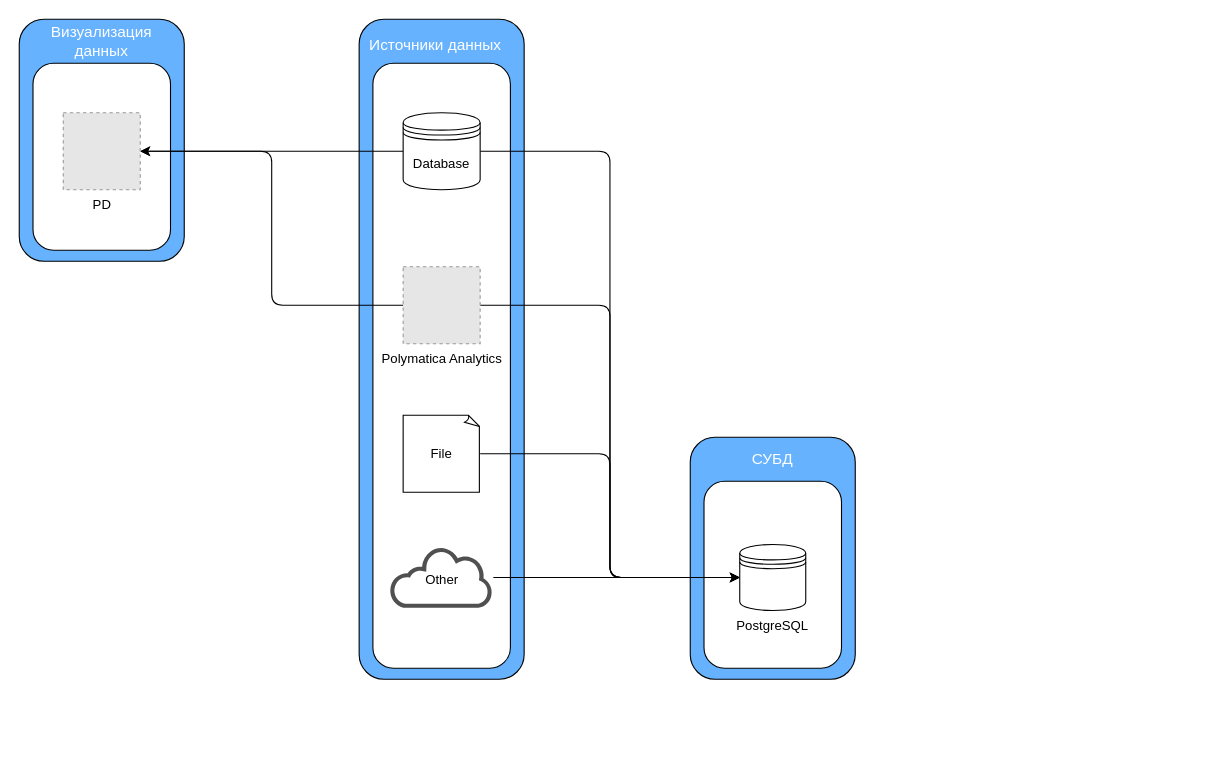
Above: page "PD_v2" (6 of 9) of YDB-PD_v3.drawio in FYamaev/draw.io (draw.io), before the change. Source tidied: cells renumbered, new cells numbered last; positions are measured from the earlier drawing's top-left corner, leaving out a move shared by most shapes. Both pictures are drawn from the tidied source at 110%, with x=0, y=0 at pixel (19, 19). Pictures stored in the file or linked from it are replaced by grey dashed boxes.
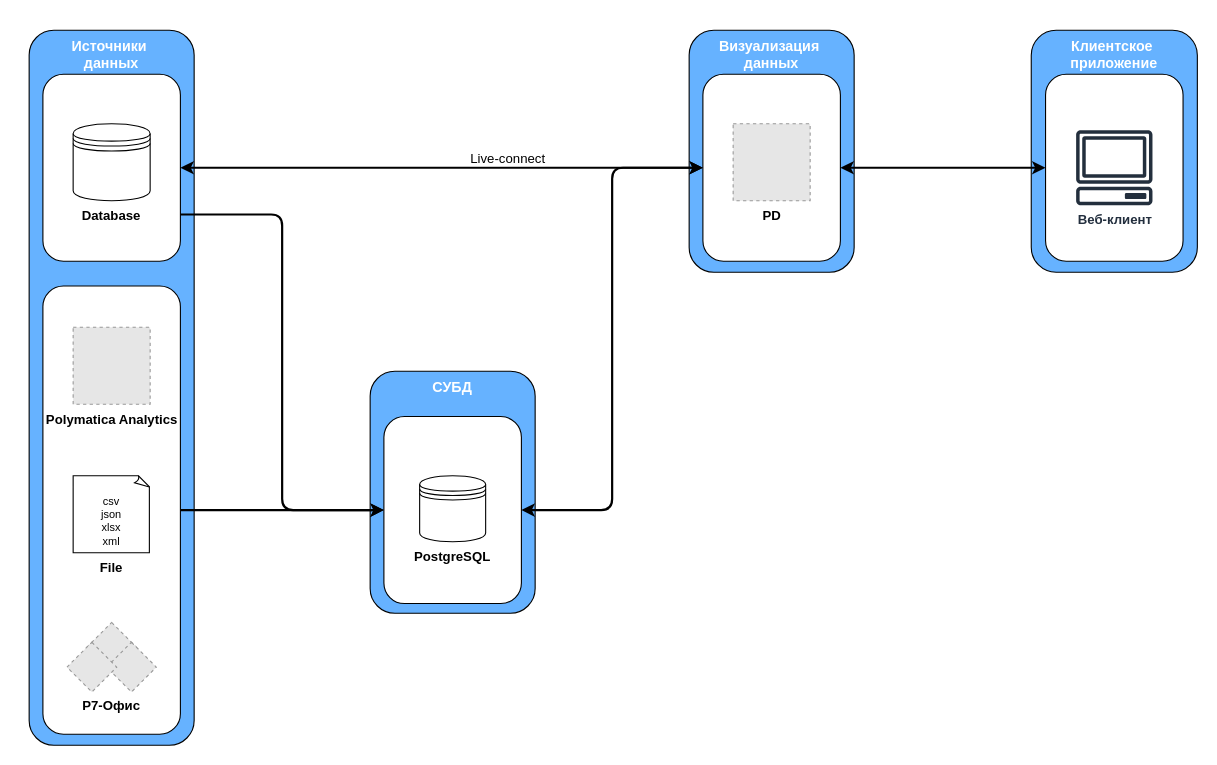
The same page after the edit.

Diff of the diagram source:
```diff
@@
-    <mxCell id="2" style="rounded=1;whiteSpace=wrap;html=1;fillColor=#66B2FF;rotation=0;" parent="1" vertex="1">
-      <mxGeometry x="610" y="380" width="150" height="220" as="geometry" />
+    <mxCell id="2" value="&lt;span style=&quot;color: rgb(255, 255, 255);&quot;&gt;СУБД&lt;/span&gt;" style="rounded=1;whiteSpace=wrap;html=1;fillColor=#66B2FF;rotation=0;verticalAlign=top;fontSize=13;fontStyle=1;" parent="1" vertex="1">
+      <mxGeometry x="319" y="320" width="150" height="220" as="geometry" />
     </mxCell>
     <mxCell id="3" style="rounded=1;whiteSpace=wrap;html=1;rotation=0;" parent="1" vertex="1">
-      <mxGeometry x="622.5" y="420" width="125" height="170" as="geometry" />
+      <mxGeometry x="331.5" y="361.2" width="125" height="170" as="geometry" />
     </mxCell>
-    <mxCell id="4" style="rounded=1;whiteSpace=wrap;html=1;fillColor=#66B2FF;" parent="1" vertex="1">
-      <mxGeometry x="309" width="150" height="600" as="geometry" />
+    <mxCell id="4" value="&lt;span style=&quot;color: rgb(255, 255, 255); font-weight: 700; text-wrap-mode: nowrap;&quot;&gt;Источники&amp;nbsp;&lt;/span&gt;&lt;div&gt;&lt;span style=&quot;color: rgb(255, 255, 255); font-weight: 700; text-wrap-mode: nowrap;&quot;&gt;данных&lt;/span&gt;&lt;/div&gt;" style="rounded=1;whiteSpace=wrap;html=1;fillColor=#66B2FF;verticalAlign=top;fontSize=13;" parent="1" vertex="1">
+      <mxGeometry x="9" y="10" width="150" height="650" as="geometry" />
     </mxCell>
+    <mxCell id="23" style="edgeStyle=orthogonalEdgeStyle;rounded=1;jettySize=auto;html=1;exitX=1;exitY=0.5;exitDx=0;exitDy=0;entryX=0;entryY=0.5;entryDx=0;entryDy=0;curved=0;strokeWidth=2;" parent="1" edge="1" source="24" target="3">
+      <mxGeometry relative="1" as="geometry" />
+    </mxCell>
+    <mxCell id="24" style="rounded=1;whiteSpace=wrap;html=1;rotation=0;" parent="1" vertex="1">
+      <mxGeometry x="21.5" y="242.5" width="125" height="407.5" as="geometry" />
+    </mxCell>
     <mxCell id="5" style="rounded=1;whiteSpace=wrap;html=1;rotation=0;" parent="1" vertex="1">
-      <mxGeometry x="321.5" y="40" width="125" height="550" as="geometry" />
+      <mxGeometry x="21.5" y="50" width="125" height="170" as="geometry" />
     </mxCell>
-    <mxCell id="6" style="rounded=1;whiteSpace=wrap;html=1;fillColor=#66B2FF;" parent="1" vertex="1">
-      <mxGeometry width="150" height="220" as="geometry" />
+    <mxCell id="6" value="&lt;span style=&quot;color: rgb(255, 255, 255);&quot;&gt;Визуализация&amp;nbsp;&lt;/span&gt;&lt;div&gt;&lt;span style=&quot;color: rgb(255, 255, 255);&quot;&gt;данных&lt;/span&gt;&lt;/div&gt;" style="rounded=1;whiteSpace=wrap;html=1;fillColor=#66B2FF;verticalAlign=top;fontStyle=1;fontSize=13;" parent="1" vertex="1">
+      <mxGeometry x="609" y="10" width="150" height="220" as="geometry" />
     </mxCell>
     <mxCell id="7" style="rounded=1;whiteSpace=wrap;html=1;" parent="1" vertex="1">
-      <mxGeometry x="12.5" y="40" width="125" height="170" as="geometry" />
+      <mxGeometry x="621.5" y="50" width="125" height="170" as="geometry" />
     </mxCell>
-    <mxCell id="8" style="edgeStyle=orthogonalEdgeStyle;rounded=1;jettySize=auto;html=1;exitX=0;exitY=0.5;exitDx=0;exitDy=0;entryX=1;entryY=0.5;entryDx=0;entryDy=0;curved=0;" parent="1" edge="1" source="10" target="20">
-      <mxGeometry relative="1" as="geometry" />
-    </mxCell>
-    <mxCell id="9" style="edgeStyle=orthogonalEdgeStyle;rounded=1;jettySize=auto;html=1;exitX=1;exitY=0.5;exitDx=0;exitDy=0;entryX=0;entryY=0.5;entryDx=0;entryDy=0;curved=0;" parent="1" edge="1" source="10" target="21">
+    <mxCell id="9" style="edgeStyle=orthogonalEdgeStyle;rounded=1;jettySize=auto;html=1;entryX=0;entryY=0.5;entryDx=0;entryDy=0;curved=0;exitX=1;exitY=0.75;exitDx=0;exitDy=0;strokeWidth=2;" parent="1" edge="1" source="5" target="3">
       <mxGeometry relative="1" as="geometry" />
     </mxCell>
-    <mxCell id="10" value="Database" style="shape=datastore;whiteSpace=wrap;html=1;" parent="1" vertex="1">
-      <mxGeometry x="349" y="85" width="70" height="70" as="geometry" />
+    <mxCell id="10" value="Database" style="shape=datastore;whiteSpace=wrap;html=1;labelPosition=center;verticalLabelPosition=bottom;align=center;verticalAlign=top;fontStyle=1;" parent="1" vertex="1">
+      <mxGeometry x="49" y="95" width="70" height="70" as="geometry" />
     </mxCell>
-    <mxCell id="11" value="&lt;font color=&quot;#ffffff&quot; style=&quot;font-size: 14px; font-weight: normal;&quot;&gt;Источники данных&lt;/font&gt;" style="text;strokeColor=none;fillColor=none;html=1;fontSize=24;fontStyle=1;verticalAlign=middle;align=center;" parent="1" vertex="1">
-      <mxGeometry x="312.8" y="5" width="130" height="30" as="geometry" />
-    </mxCell>
-    <mxCell id="12" value="&lt;font color=&quot;#ffffff&quot;&gt;&lt;span style=&quot;font-size: 14px;&quot;&gt;Визуализация данных&lt;/span&gt;&lt;/font&gt;" style="text;html=1;align=center;verticalAlign=middle;whiteSpace=wrap;rounded=0;" parent="1" vertex="1">
-      <mxGeometry x="30" y="5" width="90" height="30" as="geometry" />
-    </mxCell>
-    <mxCell id="13" style="edgeStyle=orthogonalEdgeStyle;rounded=1;jettySize=auto;html=1;exitX=1;exitY=0.5;exitDx=0;exitDy=0;entryX=0;entryY=0.5;entryDx=0;entryDy=0;curved=0;strokeColor=default;align=center;verticalAlign=middle;fontFamily=Helvetica;fontSize=11;fontColor=default;labelBackgroundColor=default;endArrow=classic;exitPerimeter=0;" parent="1" edge="1" source="17" target="21">
-      <mxGeometry relative="1" as="geometry" />
-    </mxCell>
-    <mxCell id="14" style="edgeStyle=orthogonalEdgeStyle;rounded=1;jettySize=auto;html=1;exitX=0;exitY=0.5;exitDx=0;exitDy=0;entryX=1;entryY=0.5;entryDx=0;entryDy=0;curved=0;" parent="1" edge="1" source="16" target="20">
-      <mxGeometry relative="1" as="geometry" />
-    </mxCell>
-    <mxCell id="15" style="edgeStyle=orthogonalEdgeStyle;rounded=1;jettySize=auto;html=1;exitX=1;exitY=0.5;exitDx=0;exitDy=0;entryX=0;entryY=0.5;entryDx=0;entryDy=0;curved=0;" parent="1" edge="1" source="16" target="21">
-      <mxGeometry relative="1" as="geometry" />
-    </mxCell>
-    <mxCell id="16" value="Polymatica Analytics" style="fillColor=#E6E6E6;strokeColor=#999999;dashed=1;html=1;verticalAlign=top;verticalLabelPosition=bottom;labelBackgroundColor=#ffffff;" parent="1" vertex="1">
-      <mxGeometry x="349" y="225" width="70" height="70" as="geometry" />
+    <mxCell id="16" value="Polymatica Analytics" style="fillColor=#E6E6E6;strokeColor=#999999;dashed=1;html=1;verticalAlign=top;verticalLabelPosition=bottom;labelBackgroundColor=#ffffff;fontStyle=1;" parent="1" vertex="1">
+      <mxGeometry x="49" y="280" width="70" height="70" as="geometry" />
     </mxCell>
-    <mxCell id="17" value="File" style="whiteSpace=wrap;html=1;shape=mxgraph.basic.document;" parent="1" vertex="1">
-      <mxGeometry x="349" y="360" width="70" height="70" as="geometry" />
+    <mxCell id="17" value="File" style="whiteSpace=wrap;html=1;shape=mxgraph.basic.document;labelPosition=center;verticalLabelPosition=bottom;align=center;verticalAlign=top;fontStyle=1;" parent="1" vertex="1">
+      <mxGeometry x="49" y="415" width="70" height="70" as="geometry" />
     </mxCell>
-    <mxCell id="18" style="edgeStyle=orthogonalEdgeStyle;rounded=1;jettySize=auto;html=1;entryX=0;entryY=0.5;entryDx=0;entryDy=0;curved=0;" parent="1" edge="1" source="19" target="21">
-      <mxGeometry relative="1" as="geometry" />
-    </mxCell>
-    <mxCell id="19" value="Other" style="sketch=0;shadow=0;dashed=0;html=1;strokeColor=none;fillColor=#505050;labelPosition=center;verticalLabelPosition=middle;outlineConnect=0;verticalAlign=middle;align=center;shape=mxgraph.office.clouds.cloud;spacingTop=5;" parent="1" vertex="1">
-      <mxGeometry x="337" y="480" width="94" height="55" as="geometry" />
-    </mxCell>
-    <mxCell id="20" value="PD" style="fillColor=#E6E6E6;strokeColor=#999999;dashed=1;html=1;verticalAlign=top;verticalLabelPosition=bottom;labelBackgroundColor=#ffffff;" parent="1" vertex="1">
-      <mxGeometry x="40" y="85" width="70" height="70" as="geometry" />
+    <mxCell id="20" value="PD" style="fillColor=#E6E6E6;strokeColor=#999999;dashed=1;html=1;verticalAlign=top;verticalLabelPosition=bottom;labelBackgroundColor=#ffffff;fontStyle=1;" parent="1" vertex="1">
+      <mxGeometry x="649" y="95" width="70" height="70" as="geometry" />
     </mxCell>
-    <mxCell id="21" value="PostgreSQL" style="shape=datastore;whiteSpace=wrap;html=1;labelPosition=center;verticalLabelPosition=bottom;align=center;verticalAlign=top;" parent="1" vertex="1">
-      <mxGeometry x="655" y="477.5" width="60" height="60" as="geometry" />
+    <mxCell id="21" value="PostgreSQL" style="shape=datastore;whiteSpace=wrap;html=1;labelPosition=center;verticalLabelPosition=bottom;align=center;verticalAlign=top;fontStyle=1;" parent="1" vertex="1">
+      <mxGeometry x="364" y="415" width="60" height="60" as="geometry" />
     </mxCell>
-    <mxCell id="22" value="&lt;font color=&quot;#ffffff&quot;&gt;&lt;span style=&quot;font-size: 14px;&quot;&gt;СУБД&lt;/span&gt;&lt;/font&gt;" style="text;html=1;align=center;verticalAlign=middle;whiteSpace=wrap;rounded=0;" parent="1" vertex="1">
-      <mxGeometry x="640" y="385" width="90" height="30" as="geometry" />
-    </mxCell>
+    <mxCell id="25" style="edgeStyle=orthogonalEdgeStyle;rounded=1;jettySize=auto;html=1;exitX=1;exitY=0.5;exitDx=0;exitDy=0;entryX=0;entryY=0.5;entryDx=0;entryDy=0;curved=0;strokeWidth=2;startArrow=classic;startFill=1;" parent="1" edge="1" source="5" target="7">
+      <mxGeometry relative="1" as="geometry" />
+    </mxCell>
+    <mxCell id="26" value="Live-connect" style="edgeLabel;html=1;align=center;verticalAlign=bottom;fontSize=12;labelPosition=center;verticalLabelPosition=top;" parent="25" vertex="1">
+      <mxGeometry x="0.25" relative="1" as="geometry" />
+    </mxCell>
+    <mxCell id="27" style="edgeStyle=orthogonalEdgeStyle;rounded=1;jettySize=auto;html=1;exitX=1;exitY=0.5;exitDx=0;exitDy=0;entryX=0;entryY=0.5;entryDx=0;entryDy=0;curved=0;strokeWidth=2;startArrow=classic;startFill=1;" parent="1" edge="1" source="3" target="7">
+      <mxGeometry relative="1" as="geometry" />
+    </mxCell>
+    <mxCell id="28" value="Р7-Офис" style="group;labelPosition=center;verticalLabelPosition=bottom;align=center;verticalAlign=top;fontStyle=1;" parent="1" vertex="1">
+      <mxGeometry x="49" y="550" width="70" height="60" as="geometry" />
+    </mxCell>
+    <mxCell id="29" style="fillColor=#E6E6E6;strokeColor=#999999;dashed=1;html=1;verticalAlign=top;verticalLabelPosition=bottom;labelBackgroundColor=#ffffff;rotation=45;" parent="28" vertex="1">
+      <mxGeometry x="19" y="5" width="32" height="32" as="geometry" />
+    </mxCell>
+    <mxCell id="30" style="fillColor=#E6E6E6;strokeColor=#999999;dashed=1;html=1;verticalAlign=top;verticalLabelPosition=bottom;labelBackgroundColor=#ffffff;rotation=45;" parent="28" vertex="1">
+      <mxGeometry x="37" y="23" width="32" height="32" as="geometry" />
+    </mxCell>
+    <mxCell id="31" style="fillColor=#E6E6E6;strokeColor=#999999;dashed=1;html=1;verticalAlign=top;verticalLabelPosition=bottom;labelBackgroundColor=#ffffff;rotation=45;" parent="28" vertex="1">
+      <mxGeometry x="1" y="23" width="32" height="32" as="geometry" />
+    </mxCell>
+    <mxCell id="32" value="&lt;div&gt;csv&lt;/div&gt;&lt;div&gt;json&lt;/div&gt;&lt;div&gt;xlsx&lt;/div&gt;&lt;div&gt;xml&lt;/div&gt;" style="text;html=1;align=center;verticalAlign=middle;whiteSpace=wrap;rounded=0;fontSize=10;" parent="1" vertex="1">
+      <mxGeometry x="54" y="431.2" width="60" height="48.8" as="geometry" />
+    </mxCell>
+    <mxCell id="33" value="Клиентское&amp;nbsp;&lt;div&gt;приложение&lt;/div&gt;" style="rounded=1;whiteSpace=wrap;html=1;fillColor=#66B2FF;fontColor=#FFFFFF;labelPosition=center;verticalLabelPosition=middle;align=center;verticalAlign=top;spacingTop=0;spacing=2;fontStyle=1;fontSize=13;" parent="1" vertex="1">
+      <mxGeometry x="920" y="10" width="151" height="220" as="geometry" />
+    </mxCell>
+    <mxCell id="34" style="edgeStyle=orthogonalEdgeStyle;rounded=1;jettySize=auto;html=1;exitX=0;exitY=0.5;exitDx=0;exitDy=0;entryX=1;entryY=0.5;entryDx=0;entryDy=0;curved=0;startArrow=classic;startFill=1;strokeWidth=2;" parent="1" edge="1" source="35" target="7">
+      <mxGeometry relative="1" as="geometry" />
+    </mxCell>
+    <mxCell id="35" style="rounded=1;whiteSpace=wrap;html=1;rotation=0;" parent="1" vertex="1">
+      <mxGeometry x="933" y="50" width="125" height="170" as="geometry" />
+    </mxCell>
+    <mxCell id="36" value="Веб-клиент" style="sketch=0;fontColor=#232F3E;gradientColor=none;fillColor=#232F3D;strokeColor=none;dashed=0;verticalLabelPosition=bottom;verticalAlign=top;align=center;html=1;fontSize=12;fontStyle=1;shape=mxgraph.aws4.client;" parent="1" vertex="1">
+      <mxGeometry x="960.5" y="100.9" width="70" height="68.2" as="geometry" />
+    </mxCell>
```
